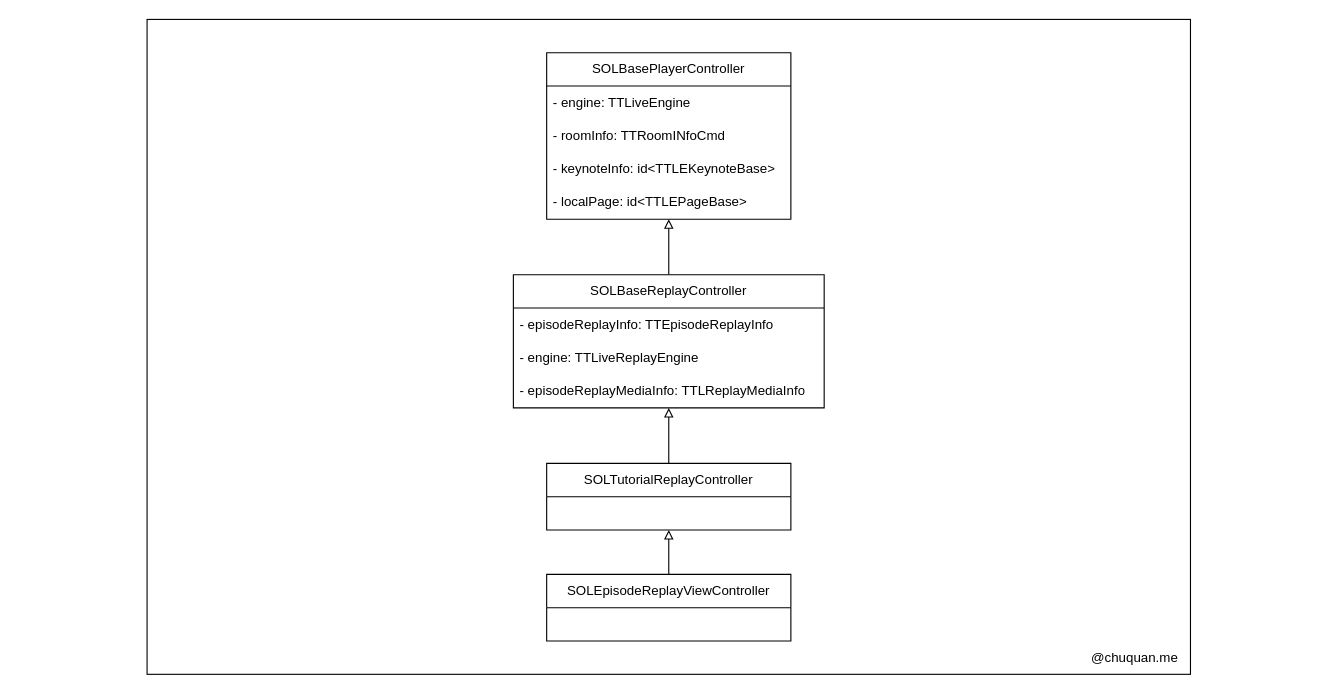
Earlier version of the draw.io diagram player-arch01.drawio (baochuquan/drawio). Source tidied: cells renumbered, new cells numbered last; positions are measured from the earlier drawing's top-left corner, leaving out a move shared by most shapes. Both pictures are drawn from the tidied source at 111%, with x=0, y=0 at pixel (147, 19).
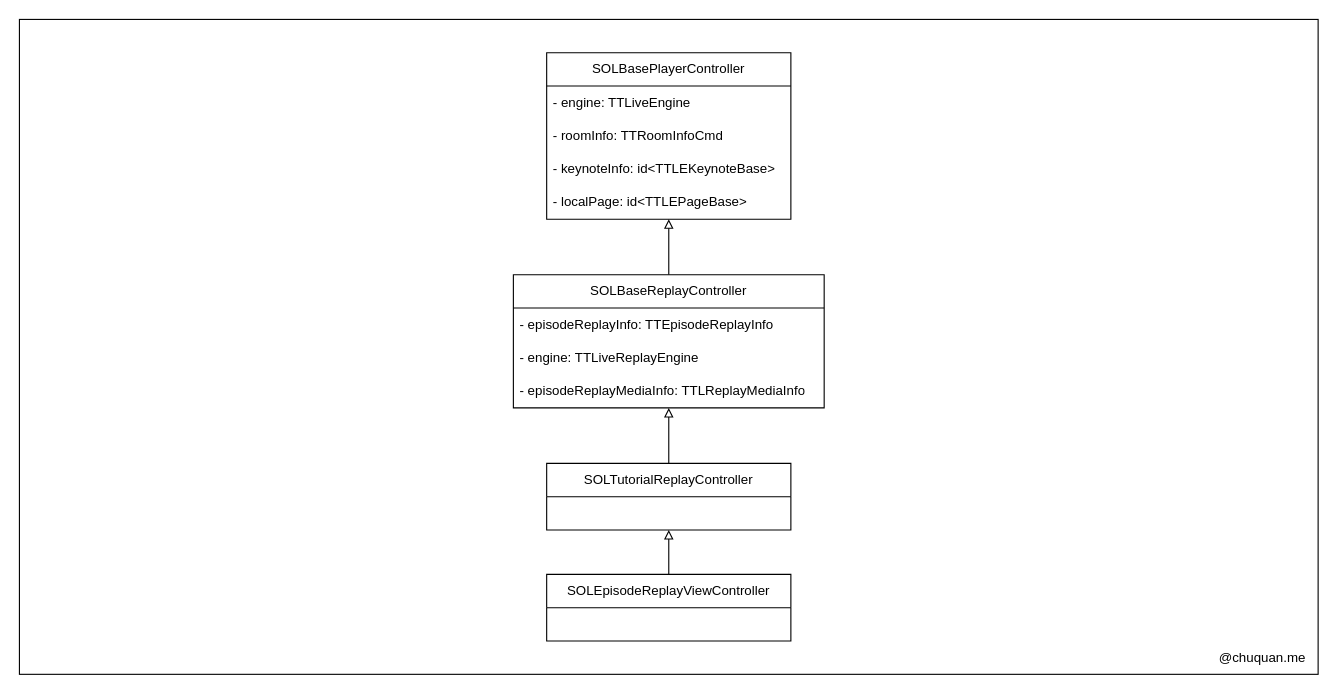
Above is the later version.

Change to the diagram source:
```diff
@@
 <mxGraphModel>
   <root>
     <mxCell id="0" />
     <mxCell id="1" parent="0" />
+    <mxCell id="16" style="rounded=0;whiteSpace=wrap;html=1;fillColor=none;" parent="1" vertex="1">
+      <mxGeometry x="-115" width="1170" height="590" as="geometry" />
+    </mxCell>
     <mxCell id="2" value="SOLBasePlayerController" style="swimlane;fontStyle=0;horizontal=1;startSize=30;whiteSpace=wrap;html=1;" parent="1" vertex="1">
       <mxGeometry x="360" y="30" width="220" height="150" as="geometry" />
     </mxCell>
     <mxCell id="3" value="- engine: TTLiveEngine" style="text;strokeColor=none;fillColor=none;align=left;verticalAlign=middle;spacingLeft=4;spacingRight=4;overflow=hidden;whiteSpace=wrap;html=1;" parent="2" vertex="1">
       <mxGeometry y="30" width="220" height="30" as="geometry" />
     </mxCell>
-    <mxCell id="4" value="- roomInfo: TTRoomINfoCmd" style="text;strokeColor=none;fillColor=none;align=left;verticalAlign=middle;spacingLeft=4;spacingRight=4;overflow=hidden;whiteSpace=wrap;html=1;" parent="2" vertex="1">
+    <mxCell id="4" value="- roomInfo: TTRoomInfoCmd" style="text;strokeColor=none;fillColor=none;align=left;verticalAlign=middle;spacingLeft=4;spacingRight=4;overflow=hidden;whiteSpace=wrap;html=1;" parent="2" vertex="1">
       <mxGeometry y="60" width="220" height="30" as="geometry" />
     </mxCell>
     <mxCell id="5" value="- keynoteInfo: id&amp;lt;TTLEKeynoteBase&amp;gt;" style="text;strokeColor=none;fillColor=none;align=left;verticalAlign=middle;spacingLeft=4;spacingRight=4;overflow=hidden;whiteSpace=wrap;html=1;" parent="2" vertex="1">
       <mxGeometry y="90" width="220" height="30" as="geometry" />
     </mxCell>
     <mxCell id="6" value="- localPage: id&amp;lt;TTLEPageBase&amp;gt;" style="text;strokeColor=none;fillColor=none;align=left;verticalAlign=middle;spacingLeft=4;spacingRight=4;overflow=hidden;whiteSpace=wrap;html=1;" parent="2" vertex="1">
       <mxGeometry y="120" width="220" height="30" as="geometry" />
     </mxCell>
     <mxCell id="7" style="edgeStyle=orthogonalEdgeStyle;rounded=0;jettySize=auto;html=1;endArrow=block;endFill=0;" parent="1" edge="1" source="8" target="2">
       <mxGeometry relative="1" as="geometry" />
     </mxCell>
     <mxCell id="8" value="SOLBaseReplayController" style="swimlane;fontStyle=0;horizontal=1;startSize=30;whiteSpace=wrap;html=1;" parent="1" vertex="1">
       <mxGeometry x="330" y="230" width="280" height="120" as="geometry" />
     </mxCell>
     <mxCell id="9" value="- episodeReplayInfo: TTEpisodeReplayInfo" style="text;strokeColor=none;fillColor=none;align=left;verticalAlign=middle;spacingLeft=4;spacingRight=4;overflow=hidden;whiteSpace=wrap;html=1;" parent="8" vertex="1">
       <mxGeometry y="30" width="280" height="30" as="geometry" />
     </mxCell>
     <mxCell id="10" value="- engine: TTLiveReplayEngine" style="text;strokeColor=none;fillColor=none;align=left;verticalAlign=middle;spacingLeft=4;spacingRight=4;overflow=hidden;whiteSpace=wrap;html=1;" parent="8" vertex="1">
       <mxGeometry y="60" width="280" height="30" as="geometry" />
     </mxCell>
     <mxCell id="11" value="- episodeReplayMediaInfo: TTLReplayMediaInfo" style="text;strokeColor=none;fillColor=none;align=left;verticalAlign=middle;spacingLeft=4;spacingRight=4;overflow=hidden;whiteSpace=wrap;html=1;" parent="8" vertex="1">
       <mxGeometry y="90" width="280" height="30" as="geometry" />
     </mxCell>
     <mxCell id="12" style="edgeStyle=orthogonalEdgeStyle;rounded=0;jettySize=auto;html=1;endArrow=block;endFill=0;" parent="1" edge="1" source="13" target="8">
       <mxGeometry relative="1" as="geometry" />
     </mxCell>
     <mxCell id="13" value="SOLTutorialReplayController" style="swimlane;fontStyle=0;horizontal=1;startSize=30;whiteSpace=wrap;html=1;" parent="1" vertex="1">
       <mxGeometry x="360" y="400" width="220" height="60" as="geometry" />
     </mxCell>
     <mxCell id="14" style="edgeStyle=orthogonalEdgeStyle;rounded=0;jettySize=auto;html=1;endArrow=block;endFill=0;" parent="1" edge="1" source="15" target="13">
       <mxGeometry relative="1" as="geometry" />
     </mxCell>
     <mxCell id="15" value="SOLEpisodeReplayViewController" style="swimlane;fontStyle=0;horizontal=1;startSize=30;whiteSpace=wrap;html=1;" parent="1" vertex="1">
       <mxGeometry x="360" y="500" width="220" height="60" as="geometry" />
     </mxCell>
-    <mxCell id="16" style="rounded=0;whiteSpace=wrap;html=1;fillColor=none;" parent="1" vertex="1">
-      <mxGeometry width="940" height="590" as="geometry" />
-    </mxCell>
     <mxCell id="17" value="@chuquan.me" style="text;html=1;align=center;verticalAlign=middle;whiteSpace=wrap;rounded=0;" parent="1" vertex="1">
-      <mxGeometry x="840" y="560" width="100" height="30" as="geometry" />
+      <mxGeometry x="955" y="560" width="100" height="30" as="geometry" />
     </mxCell>
   </root>
 </mxGraphModel>
```
